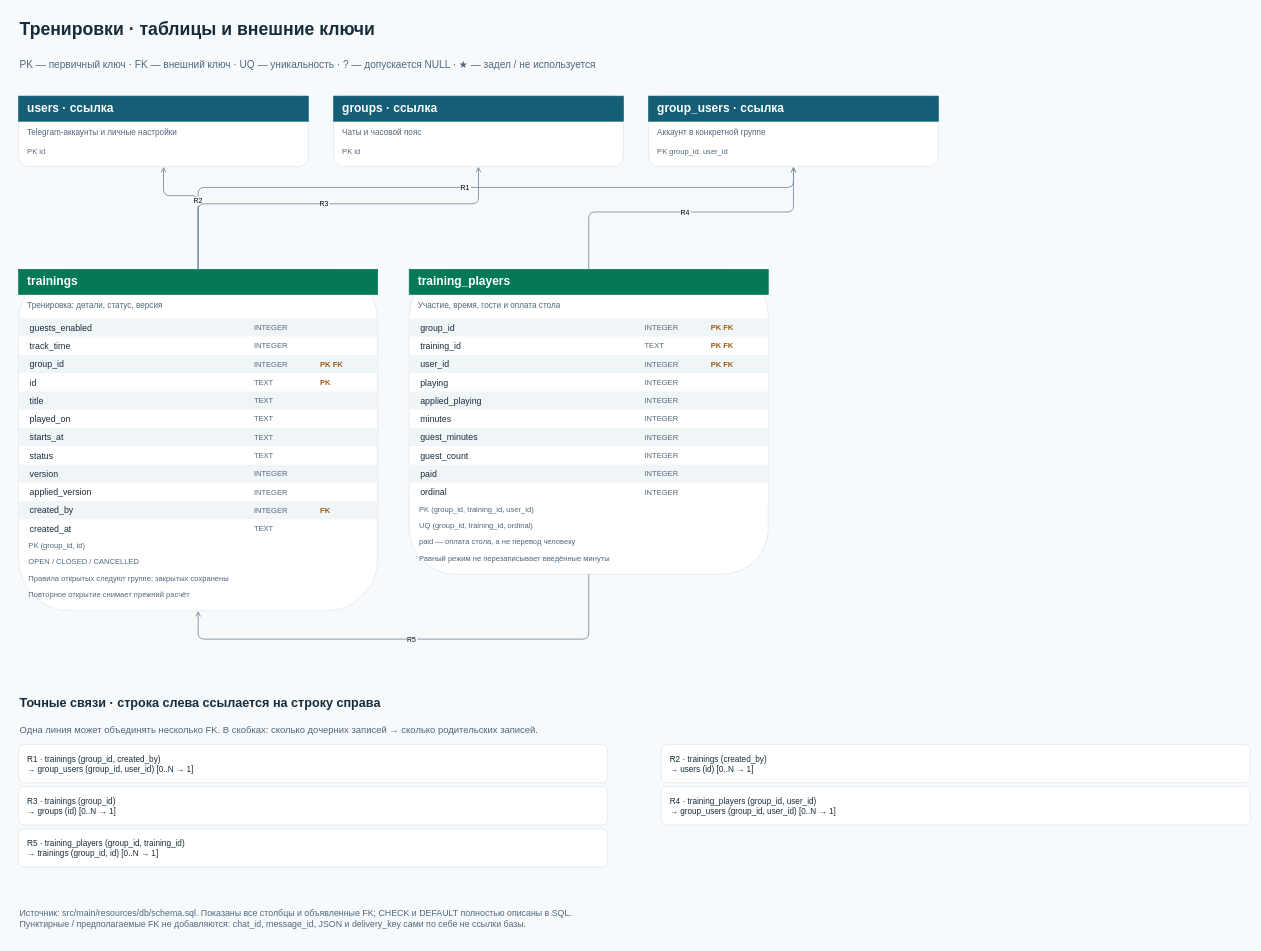
Romamor/tennis-split-bot keeps this draw.io diagram as page "03 · Тренировки" (3 of 6) of docs/diagrams/DATABASE_ERD.drawio. Above is the earlier version. Source tidied: cells renumbered, new cells numbered last; positions are measured from the earlier drawing's top-left corner, leaving out a move shared by most shapes. Both pictures are drawn from the tidied source at 63%, with x=0, y=0 at pixel (11, 11).
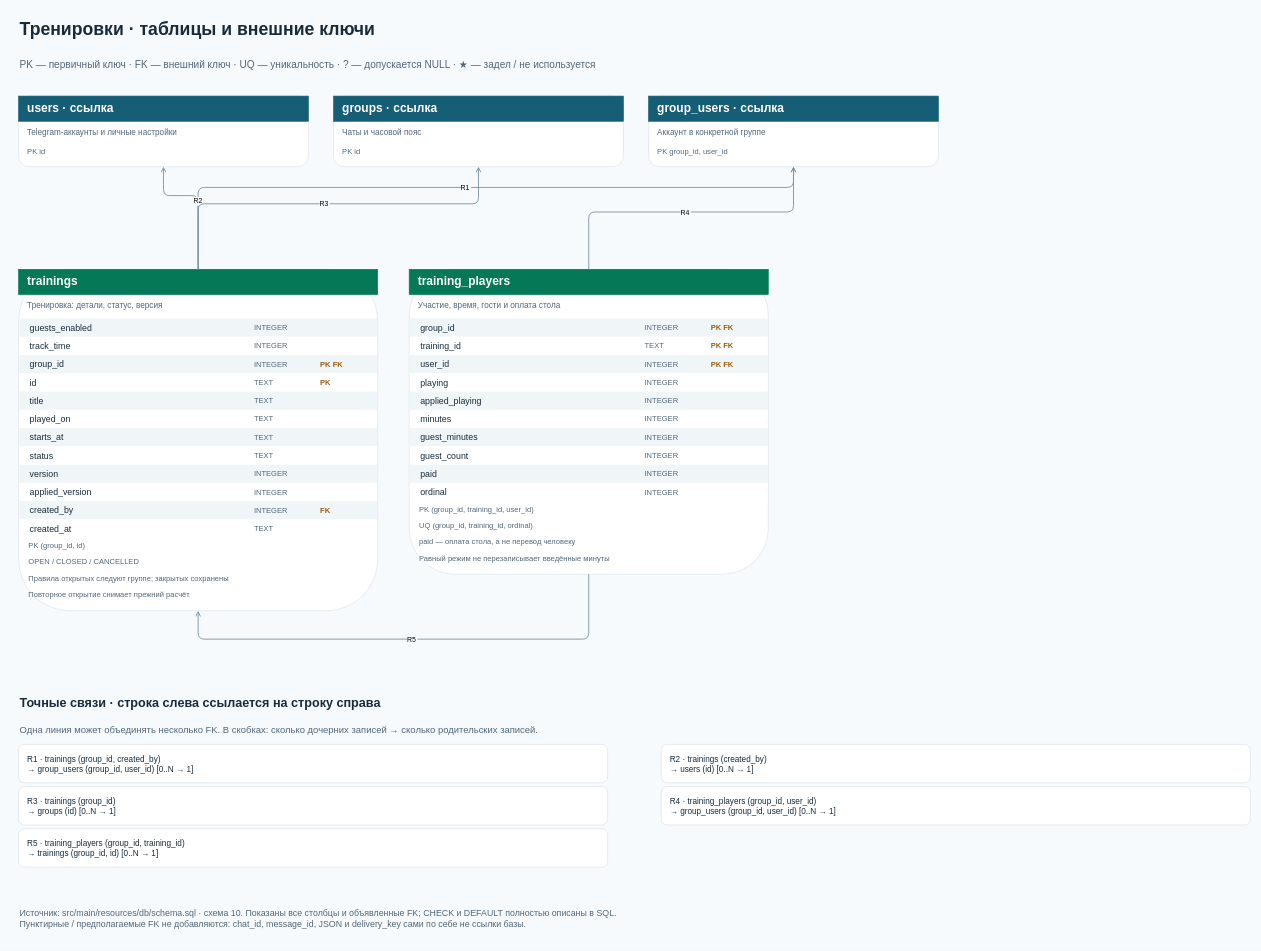
Above is the later version.

The edit, as a diff of the source:
```diff
@@
-    <mxCell id="130" value="Источник: src/main/resources/db/schema.sql. Показаны все столбцы и объявленные FK; CHECK и DEFAULT полностью описаны в SQL.&#10;Пунктирные / предполагаемые FK не добавляются: chat_id, message_id, JSON и delivery_key сами по себе не ссылки базы." style="rounded=0;whiteSpace=wrap;html=0;fillColor=none;strokeColor=none;fontColor=#52677a;fontSize=14;fontFamily=Arial;align=left;verticalAlign=middle;spacingLeft=12;spacingRight=10;" parent="1" vertex="1">
+    <mxCell id="130" value="Источник: src/main/resources/db/schema.sql · схема 10. Показаны все столбцы и объявленные FK; CHECK и DEFAULT полностью описаны в SQL.&#10;Пунктирные / предполагаемые FK не добавляются: chat_id, message_id, JSON и delivery_key сами по себе не ссылки базы." style="rounded=0;whiteSpace=wrap;html=0;fillColor=none;strokeColor=none;fontColor=#52677a;fontSize=14;fontFamily=Arial;align=left;verticalAlign=middle;spacingLeft=12;spacingRight=10;" parent="1" vertex="1">
       <mxGeometry y="1405" width="1950" height="70" as="geometry" />
     </mxCell>
```
